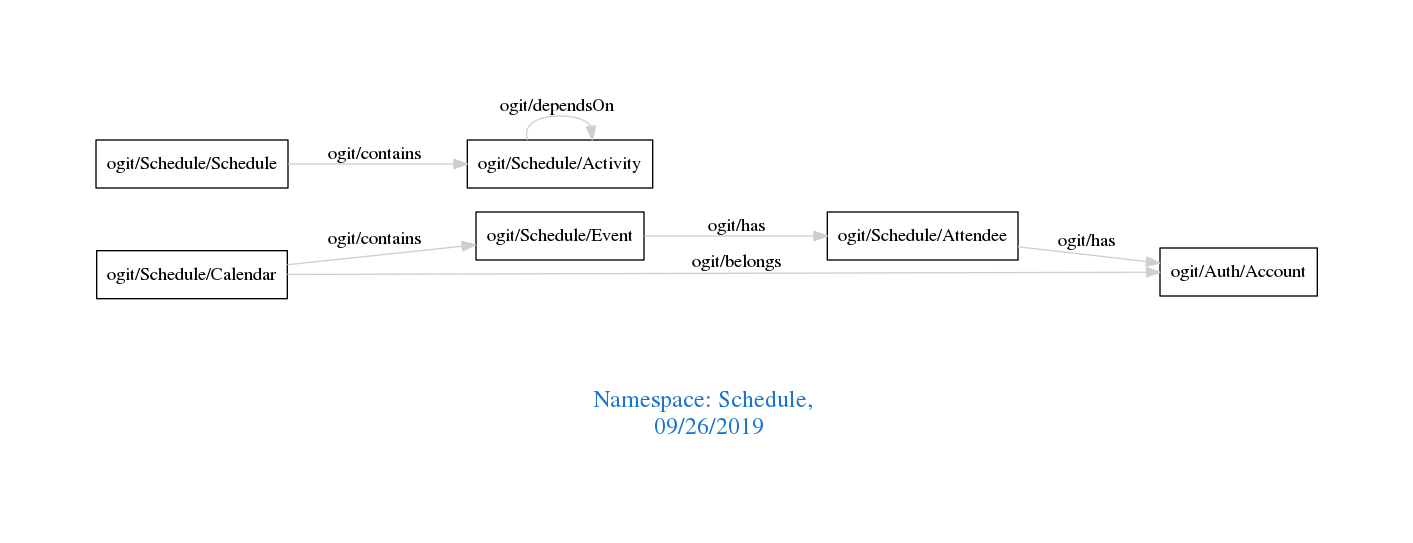
Before: downloads/Schedule.png, a diagram exported from Graphviz (arago/OGIT). Its source is kept beside it as downloads/Schedule.dot.
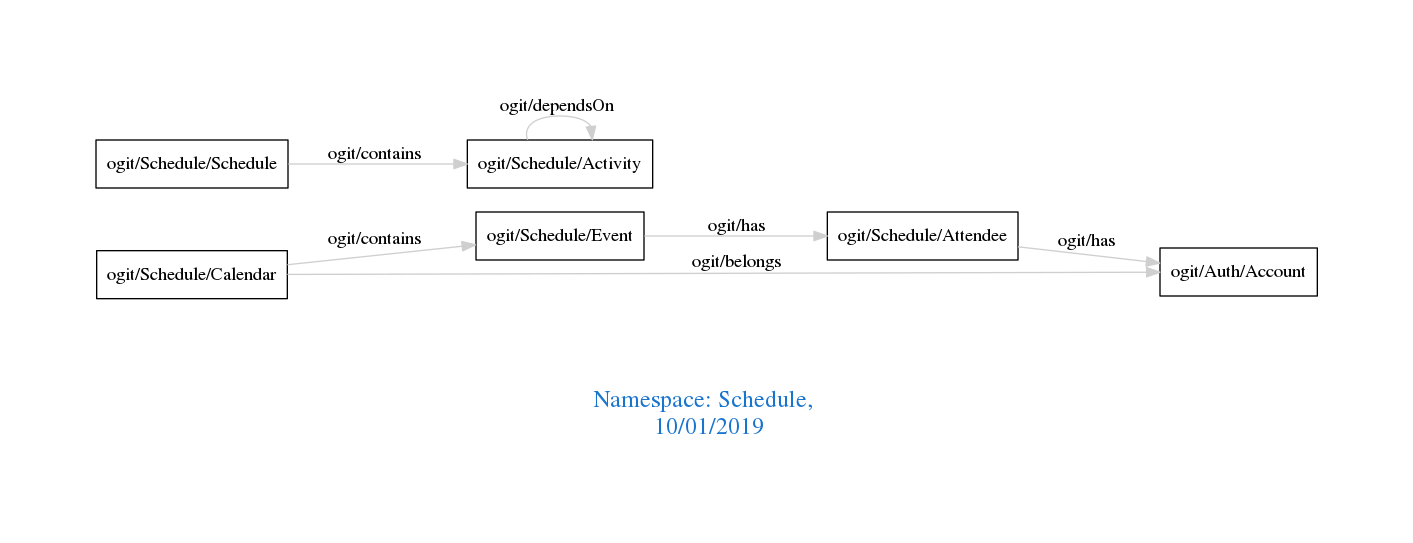
The same diagram one commit later.

The edit, as a diff of the source:
```diff
@@ -1,7 +1,7 @@
 digraph OGIT_ontology {
  graph [ rankdir= LR,pad=1
 fontsize = 18,
-fontcolor= dodgerblue3,label = "\n\n\nNamespace: Schedule, \n 09/26/2019"];
+fontcolor= dodgerblue3,label = "\n\n\nNamespace: Schedule, \n 10/01/2019"];
 node[shape=polygon];
 edge [  color="gray81"];
 
```
